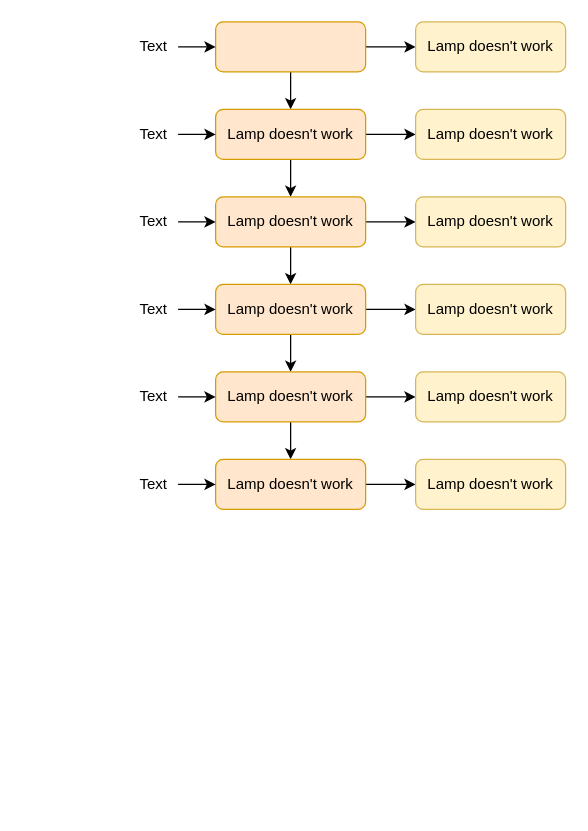
This is Digitalt_ur_m__unix_import_uf_rdig/Untitled Diagram.drawio from AlberteCM/AAB.UR.Manal-og-Alberte, a draw.io file, before an edit. Source tidied: cells renumbered, new cells numbered last; positions are measured from the earlier drawing's top-left corner, leaving out a move shared by most shapes. Both pictures are drawn from the tidied source at 125%, with x=0, y=0 at pixel (128, 21).
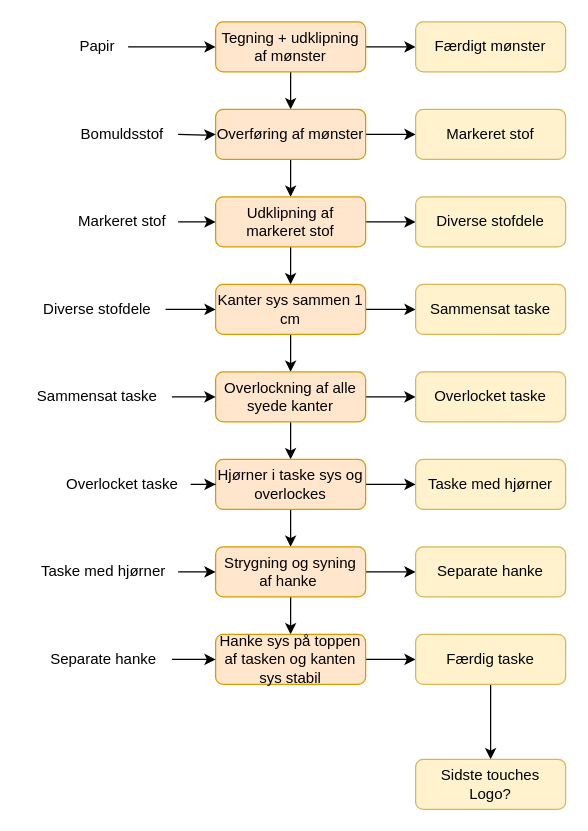
After the change.

The edit, as a diff of the source:
```diff
@@
-    <mxCell id="4" style="rounded=1;whiteSpace=wrap;html=1;fontSize=12;glass=0;strokeWidth=1;shadow=0;fillColor=#ffe6cc;strokeColor=#d79b00;" parent="1" vertex="1">
+    <mxCell id="4" value="Tegning + udklipning af mønster" style="rounded=1;whiteSpace=wrap;html=1;fontSize=12;glass=0;strokeWidth=1;shadow=0;fillColor=#ffe6cc;strokeColor=#d79b00;" parent="1" vertex="1">
       <mxGeometry x="70" width="120" height="40" as="geometry" />
     </mxCell>
@@
-    <mxCell id="7" value="Lamp doesn't work" style="rounded=1;whiteSpace=wrap;html=1;fontSize=12;glass=0;strokeWidth=1;shadow=0;fillColor=#ffe6cc;strokeColor=#d79b00;" parent="1" vertex="1">
+    <mxCell id="7" value="Overføring af mønster" style="rounded=1;whiteSpace=wrap;html=1;fontSize=12;glass=0;strokeWidth=1;shadow=0;fillColor=#ffe6cc;strokeColor=#d79b00;" parent="1" vertex="1">
       <mxGeometry x="70" y="70" width="120" height="40" as="geometry" />
     </mxCell>
@@
-    <mxCell id="10" value="Lamp doesn't work" style="rounded=1;whiteSpace=wrap;html=1;fontSize=12;glass=0;strokeWidth=1;shadow=0;fillColor=#ffe6cc;strokeColor=#d79b00;" parent="1" vertex="1">
+    <mxCell id="10" value="Udklipning af markeret stof" style="rounded=1;whiteSpace=wrap;html=1;fontSize=12;glass=0;strokeWidth=1;shadow=0;fillColor=#ffe6cc;strokeColor=#d79b00;" parent="1" vertex="1">
       <mxGeometry x="70" y="140" width="120" height="40" as="geometry" />
     </mxCell>
@@
-    <mxCell id="13" value="Lamp doesn't work" style="rounded=1;whiteSpace=wrap;html=1;fontSize=12;glass=0;strokeWidth=1;shadow=0;fillColor=#ffe6cc;strokeColor=#d79b00;" parent="1" vertex="1">
+    <mxCell id="13" value="Kanter sys sammen 1 cm" style="rounded=1;whiteSpace=wrap;html=1;fontSize=12;glass=0;strokeWidth=1;shadow=0;fillColor=#ffe6cc;strokeColor=#d79b00;" parent="1" vertex="1">
       <mxGeometry x="70" y="210" width="120" height="40" as="geometry" />
     </mxCell>
@@
-    <mxCell id="16" value="Lamp doesn't work" style="rounded=1;whiteSpace=wrap;html=1;fontSize=12;glass=0;strokeWidth=1;shadow=0;fillColor=#ffe6cc;strokeColor=#d79b00;" parent="1" vertex="1">
+    <mxCell id="16" value="Overlockning af alle syede kanter" style="rounded=1;whiteSpace=wrap;html=1;fontSize=12;glass=0;strokeWidth=1;shadow=0;fillColor=#ffe6cc;strokeColor=#d79b00;" parent="1" vertex="1">
       <mxGeometry x="70" y="280" width="120" height="40" as="geometry" />
     </mxCell>
@@
+    <mxCell id="37" style="edgeStyle=orthogonalEdgeStyle;rounded=0;jettySize=auto;html=1;entryX=0.5;entryY=0;entryDx=0;entryDy=0;" parent="1" edge="1" source="18" target="43">
+      <mxGeometry relative="1" as="geometry" />
+    </mxCell>
-    <mxCell id="18" value="Lamp doesn't work" style="rounded=1;whiteSpace=wrap;html=1;fontSize=12;glass=0;strokeWidth=1;shadow=0;fillColor=#ffe6cc;strokeColor=#d79b00;" parent="1" vertex="1">
+    <mxCell id="18" value="Hjørner i taske sys og overlockes" style="rounded=1;whiteSpace=wrap;html=1;fontSize=12;glass=0;strokeWidth=1;shadow=0;fillColor=#ffe6cc;strokeColor=#d79b00;" parent="1" vertex="1">
       <mxGeometry x="70" y="350" width="120" height="40" as="geometry" />
     </mxCell>
-    <mxCell id="19" value="Lamp doesn't work" style="rounded=1;whiteSpace=wrap;html=1;fontSize=12;glass=0;strokeWidth=1;shadow=0;fillColor=#fff2cc;strokeColor=#d6b656;" parent="1" vertex="1">
+    <mxCell id="19" value="Færdigt mønster" style="rounded=1;whiteSpace=wrap;html=1;fontSize=12;glass=0;strokeWidth=1;shadow=0;fillColor=#fff2cc;strokeColor=#d6b656;" parent="1" vertex="1">
       <mxGeometry x="230" width="120" height="40" as="geometry" />
     </mxCell>
-    <mxCell id="20" value="Lamp doesn't work" style="rounded=1;whiteSpace=wrap;html=1;fontSize=12;glass=0;strokeWidth=1;shadow=0;fillColor=#fff2cc;strokeColor=#d6b656;" parent="1" vertex="1">
+    <mxCell id="20" value="Markeret stof" style="rounded=1;whiteSpace=wrap;html=1;fontSize=12;glass=0;strokeWidth=1;shadow=0;fillColor=#fff2cc;strokeColor=#d6b656;" parent="1" vertex="1">
       <mxGeometry x="230" y="70" width="120" height="40" as="geometry" />
     </mxCell>
-    <mxCell id="21" value="Lamp doesn't work" style="rounded=1;whiteSpace=wrap;html=1;fontSize=12;glass=0;strokeWidth=1;shadow=0;fillColor=#fff2cc;strokeColor=#d6b656;" parent="1" vertex="1">
+    <mxCell id="21" value="Diverse stofdele" style="rounded=1;whiteSpace=wrap;html=1;fontSize=12;glass=0;strokeWidth=1;shadow=0;fillColor=#fff2cc;strokeColor=#d6b656;" parent="1" vertex="1">
       <mxGeometry x="230" y="140" width="120" height="40" as="geometry" />
     </mxCell>
-    <mxCell id="22" value="Lamp doesn't work" style="rounded=1;whiteSpace=wrap;html=1;fontSize=12;glass=0;strokeWidth=1;shadow=0;fillColor=#fff2cc;strokeColor=#d6b656;" parent="1" vertex="1">
+    <mxCell id="22" value="Sammensat taske" style="rounded=1;whiteSpace=wrap;html=1;fontSize=12;glass=0;strokeWidth=1;shadow=0;fillColor=#fff2cc;strokeColor=#d6b656;" parent="1" vertex="1">
       <mxGeometry x="230" y="210" width="120" height="40" as="geometry" />
     </mxCell>
-    <mxCell id="23" value="Lamp doesn't work" style="rounded=1;whiteSpace=wrap;html=1;fontSize=12;glass=0;strokeWidth=1;shadow=0;fillColor=#fff2cc;strokeColor=#d6b656;" parent="1" vertex="1">
+    <mxCell id="23" value="Overlocket taske" style="rounded=1;whiteSpace=wrap;html=1;fontSize=12;glass=0;strokeWidth=1;shadow=0;fillColor=#fff2cc;strokeColor=#d6b656;" parent="1" vertex="1">
       <mxGeometry x="230" y="280" width="120" height="40" as="geometry" />
     </mxCell>
-    <mxCell id="24" value="Lamp doesn't work" style="rounded=1;whiteSpace=wrap;html=1;fontSize=12;glass=0;strokeWidth=1;shadow=0;fillColor=#fff2cc;strokeColor=#d6b656;" parent="1" vertex="1">
+    <mxCell id="24" value="Taske med hjørner" style="rounded=1;whiteSpace=wrap;html=1;fontSize=12;glass=0;strokeWidth=1;shadow=0;fillColor=#fff2cc;strokeColor=#d6b656;" parent="1" vertex="1">
       <mxGeometry x="230" y="350" width="120" height="40" as="geometry" />
     </mxCell>
@@
-    <mxCell id="26" value="Text" style="text;html=1;align=center;verticalAlign=middle;points=[];strokeColor=none;fillColor=none;" parent="1" vertex="1">
-      <mxGeometry y="10" width="40" height="20" as="geometry" />
+    <mxCell id="26" value="Papir" style="text;html=1;align=center;verticalAlign=middle;points=[];strokeColor=none;fillColor=none;" parent="1" vertex="1">
+      <mxGeometry x="-50" y="5" width="50" height="30" as="geometry" />
     </mxCell>
-    <mxCell id="27" style="edgeStyle=orthogonalEdgeStyle;rounded=0;jettySize=auto;html=1;" parent="1" edge="1" source="28" target="7">
-      <mxGeometry relative="1" as="geometry" />
+    <mxCell id="27" style="edgeStyle=orthogonalEdgeStyle;rounded=0;jettySize=auto;html=1;" parent="1" edge="1" target="7">
+      <mxGeometry relative="1" as="geometry">
+        <mxPoint x="40" y="90" as="sourcePoint" />
+      </mxGeometry>
     </mxCell>
-    <mxCell id="28" value="Text" style="text;html=1;align=center;verticalAlign=middle;points=[];strokeColor=none;fillColor=none;" parent="1" vertex="1">
-      <mxGeometry y="80" width="40" height="20" as="geometry" />
-    </mxCell>
@@
-    <mxCell id="30" value="Text" style="text;html=1;align=center;verticalAlign=middle;points=[];strokeColor=none;fillColor=none;" parent="1" vertex="1">
-      <mxGeometry y="150" width="40" height="20" as="geometry" />
+    <mxCell id="30" value="Markeret stof" style="text;html=1;align=center;verticalAlign=middle;points=[];strokeColor=none;fillColor=none;" parent="1" vertex="1">
+      <mxGeometry x="-50" y="145" width="90" height="30" as="geometry" />
     </mxCell>
@@
-    <mxCell id="32" value="Text" style="text;html=1;align=center;verticalAlign=middle;points=[];strokeColor=none;fillColor=none;" parent="1" vertex="1">
-      <mxGeometry y="220" width="40" height="20" as="geometry" />
+    <mxCell id="32" value="Diverse stofdele" style="text;html=1;align=center;verticalAlign=middle;points=[];strokeColor=none;fillColor=none;" parent="1" vertex="1">
+      <mxGeometry x="-80" y="215" width="110" height="30" as="geometry" />
     </mxCell>
@@
-    <mxCell id="34" value="Text" style="text;html=1;align=center;verticalAlign=middle;points=[];strokeColor=none;fillColor=none;" parent="1" vertex="1">
-      <mxGeometry y="290" width="40" height="20" as="geometry" />
+    <mxCell id="34" value="Sammensat taske" style="text;html=1;align=center;verticalAlign=middle;points=[];strokeColor=none;fillColor=none;" parent="1" vertex="1">
+      <mxGeometry x="-85" y="285" width="120" height="30" as="geometry" />
     </mxCell>
-    <mxCell id="35" style="edgeStyle=orthogonalEdgeStyle;rounded=0;jettySize=auto;html=1;" parent="1" edge="1" source="36" target="18">
-      <mxGeometry relative="1" as="geometry" />
-    </mxCell>
-    <mxCell id="36" value="Text" style="text;html=1;align=center;verticalAlign=middle;points=[];strokeColor=none;fillColor=none;" parent="1" vertex="1">
-      <mxGeometry y="360" width="40" height="20" as="geometry" />
-    </mxCell>
+    <mxCell id="38" value="Bomuldsstof" style="text;html=1;align=center;verticalAlign=middle;strokeColor=none;fillColor=none;" parent="1" vertex="1">
+      <mxGeometry x="-50" y="75" width="90" height="30" as="geometry" />
+    </mxCell>
+    <mxCell id="39" style="edgeStyle=orthogonalEdgeStyle;rounded=0;jettySize=auto;html=1;" parent="1" edge="1" source="40" target="18">
+      <mxGeometry relative="1" as="geometry" />
+    </mxCell>
+    <mxCell id="40" value="Overlocket taske" style="text;html=1;align=center;verticalAlign=middle;points=[];strokeColor=none;fillColor=none;" parent="1" vertex="1">
+      <mxGeometry x="-60" y="355" width="110" height="30" as="geometry" />
+    </mxCell>
+    <mxCell id="41" style="edgeStyle=orthogonalEdgeStyle;rounded=0;jettySize=auto;html=1;" parent="1" edge="1" source="43" target="45">
+      <mxGeometry relative="1" as="geometry" />
+    </mxCell>
+    <mxCell id="42" style="edgeStyle=orthogonalEdgeStyle;rounded=0;jettySize=auto;html=1;" parent="1" edge="1" source="43" target="46">
+      <mxGeometry relative="1" as="geometry" />
+    </mxCell>
+    <mxCell id="43" value="Strygning og syning af hanke&amp;nbsp;" style="rounded=1;whiteSpace=wrap;html=1;fontSize=12;glass=0;strokeWidth=1;shadow=0;fillColor=#ffe6cc;strokeColor=#d79b00;" parent="1" vertex="1">
+      <mxGeometry x="70" y="420" width="120" height="40" as="geometry" />
+    </mxCell>
+    <mxCell id="44" style="edgeStyle=orthogonalEdgeStyle;rounded=0;jettySize=auto;html=1;" parent="1" edge="1" source="45" target="48">
+      <mxGeometry relative="1" as="geometry" />
+    </mxCell>
+    <mxCell id="45" value="Hanke sys på toppen af tasken og kanten sys stabil" style="rounded=1;whiteSpace=wrap;html=1;fontSize=12;glass=0;strokeWidth=1;shadow=0;fillColor=#ffe6cc;strokeColor=#d79b00;" parent="1" vertex="1">
+      <mxGeometry x="70" y="490" width="120" height="40" as="geometry" />
+    </mxCell>
+    <mxCell id="46" value="&lt;span style=&quot;&quot;&gt;Separate hanke&lt;/span&gt;" style="rounded=1;whiteSpace=wrap;html=1;fontSize=12;glass=0;strokeWidth=1;shadow=0;fillColor=#fff2cc;strokeColor=#d6b656;" parent="1" vertex="1">
+      <mxGeometry x="230" y="420" width="120" height="40" as="geometry" />
+    </mxCell>
+    <mxCell id="47" style="edgeStyle=orthogonalEdgeStyle;rounded=0;jettySize=auto;html=1;" parent="1" edge="1" source="48" target="53">
+      <mxGeometry relative="1" as="geometry" />
+    </mxCell>
+    <mxCell id="48" value="Færdig taske" style="rounded=1;whiteSpace=wrap;html=1;fontSize=12;glass=0;strokeWidth=1;shadow=0;fillColor=#fff2cc;strokeColor=#d6b656;" parent="1" vertex="1">
+      <mxGeometry x="230" y="490" width="120" height="40" as="geometry" />
+    </mxCell>
+    <mxCell id="49" style="edgeStyle=orthogonalEdgeStyle;rounded=0;jettySize=auto;html=1;" parent="1" edge="1" source="50" target="45">
+      <mxGeometry relative="1" as="geometry" />
+    </mxCell>
+    <mxCell id="50" value="Separate hanke" style="text;html=1;align=center;verticalAlign=middle;points=[];strokeColor=none;fillColor=none;" parent="1" vertex="1">
+      <mxGeometry x="-75" y="495" width="110" height="30" as="geometry" />
+    </mxCell>
+    <mxCell id="51" style="edgeStyle=orthogonalEdgeStyle;rounded=0;jettySize=auto;html=1;" parent="1" edge="1" source="52" target="43">
+      <mxGeometry relative="1" as="geometry" />
+    </mxCell>
+    <mxCell id="52" value="Taske med hjørner" style="text;html=1;align=center;verticalAlign=middle;points=[];strokeColor=none;fillColor=none;" parent="1" vertex="1">
+      <mxGeometry x="-80" y="425" width="120" height="30" as="geometry" />
+    </mxCell>
+    <mxCell id="53" value="Sidste touches&lt;br&gt;Logo?" style="rounded=1;whiteSpace=wrap;html=1;fontSize=12;glass=0;strokeWidth=1;shadow=0;fillColor=#fff2cc;strokeColor=#d6b656;" parent="1" vertex="1">
+      <mxGeometry x="230" y="590" width="120" height="40" as="geometry" />
+    </mxCell>
```
